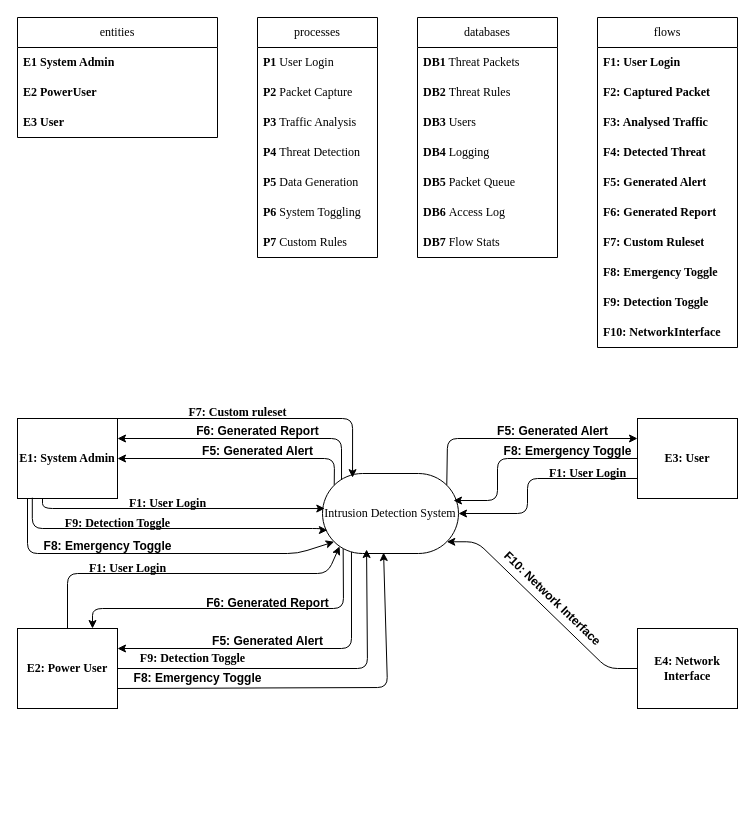
Earlier version of the draw.io diagram docs/diagrams/IDS_CONEXT.drawio (NatiG7/simple_intrusion_handling_system). Source tidied: cells renumbered, new cells numbered last; positions are measured from the earlier drawing's top-left corner, leaving out a move shared by most shapes. Both pictures are drawn from the tidied source at 100%, with x=0, y=0 at pixel (17, 17).
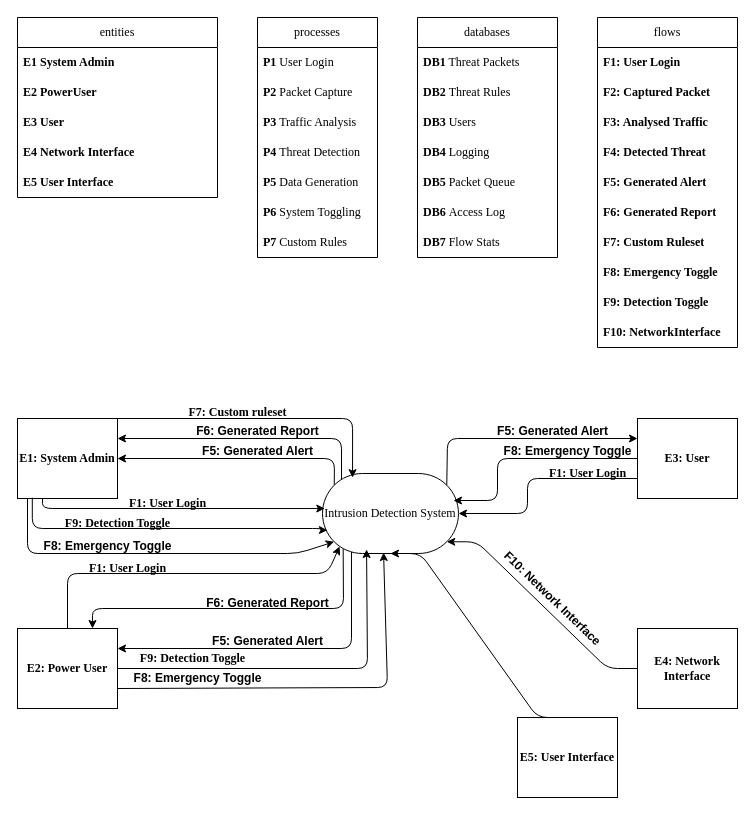
The same diagram, later.

The change refers to these unchanged cells:
```xml
<mxCell id="7" value="Intrusion Detection System" style="html=1;dashed=0;whiteSpace=wrap;shape=mxgraph.dfd.start;fontFamily=Times New Roman;swimlaneFillColor=default;" parent="1" vertex="1">
  <mxGeometry x="305" y="456" width="136" height="80" as="geometry" />
</mxCell>
```

The edit, as a diff of the source:
```diff
@@
     <mxCell id="11" value="entities" style="swimlane;fontStyle=0;horizontal=1;startSize=30;whiteSpace=wrap;html=1;fontFamily=Times New Roman;swimlaneFillColor=default;" parent="1" vertex="1">
-      <mxGeometry width="200" height="120" as="geometry" />
+      <mxGeometry width="200" height="180" as="geometry" />
     </mxCell>
@@
+    <mxCell id="68" value="E4 Network Interface" style="text;strokeColor=none;fillColor=none;align=left;verticalAlign=middle;spacingLeft=4;spacingRight=4;overflow=hidden;whiteSpace=wrap;html=1;fontFamily=Times New Roman;swimlaneFillColor=default;fontStyle=1;" parent="11" vertex="1">
+      <mxGeometry y="120" width="200" height="30" as="geometry" />
+    </mxCell>
+    <mxCell id="69" value="E5 User Interface" style="text;strokeColor=none;fillColor=none;align=left;verticalAlign=middle;spacingLeft=4;spacingRight=4;overflow=hidden;whiteSpace=wrap;html=1;fontFamily=Times New Roman;swimlaneFillColor=default;fontStyle=1;" parent="11" vertex="1">
+      <mxGeometry y="150" width="200" height="30" as="geometry" />
+    </mxCell>
@@
+    <mxCell id="70" style="edgeStyle=entityRelationEdgeStyle;html=1;exitX=0.5;exitY=0;exitDx=0;exitDy=0;entryX=0.5;entryY=0.5;entryDx=0;entryDy=40;entryPerimeter=0;" parent="1" edge="1" source="71" target="7">
+      <mxGeometry relative="1" as="geometry">
+        <Array as="points">
+          <mxPoint x="430" y="620" />
+          <mxPoint x="480" y="620" />
+          <mxPoint x="430" y="590" />
+        </Array>
+      </mxGeometry>
+    </mxCell>
+    <mxCell id="71" value="&lt;b&gt;E5: User Interface&lt;/b&gt;" style="html=1;dashed=0;whiteSpace=wrap;fontFamily=Times New Roman;swimlaneFillColor=default;" parent="1" vertex="1">
+      <mxGeometry x="500" y="700" width="100" height="80" as="geometry" />
+    </mxCell>
```
